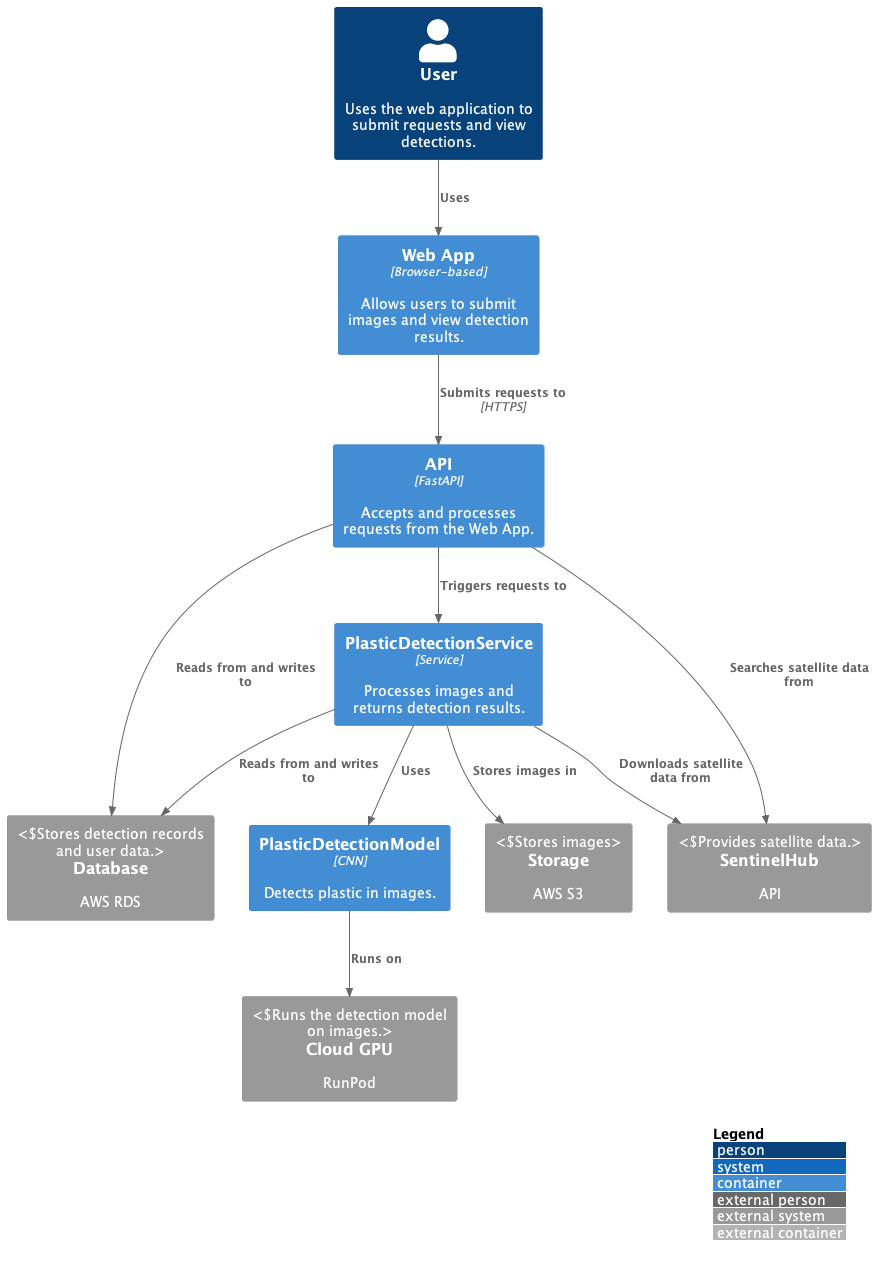
This is docs/diagrams/container_diagram.png from OceanEcoWatch/PlasticDetectionService, a PlantUML export, as it was before one commit.
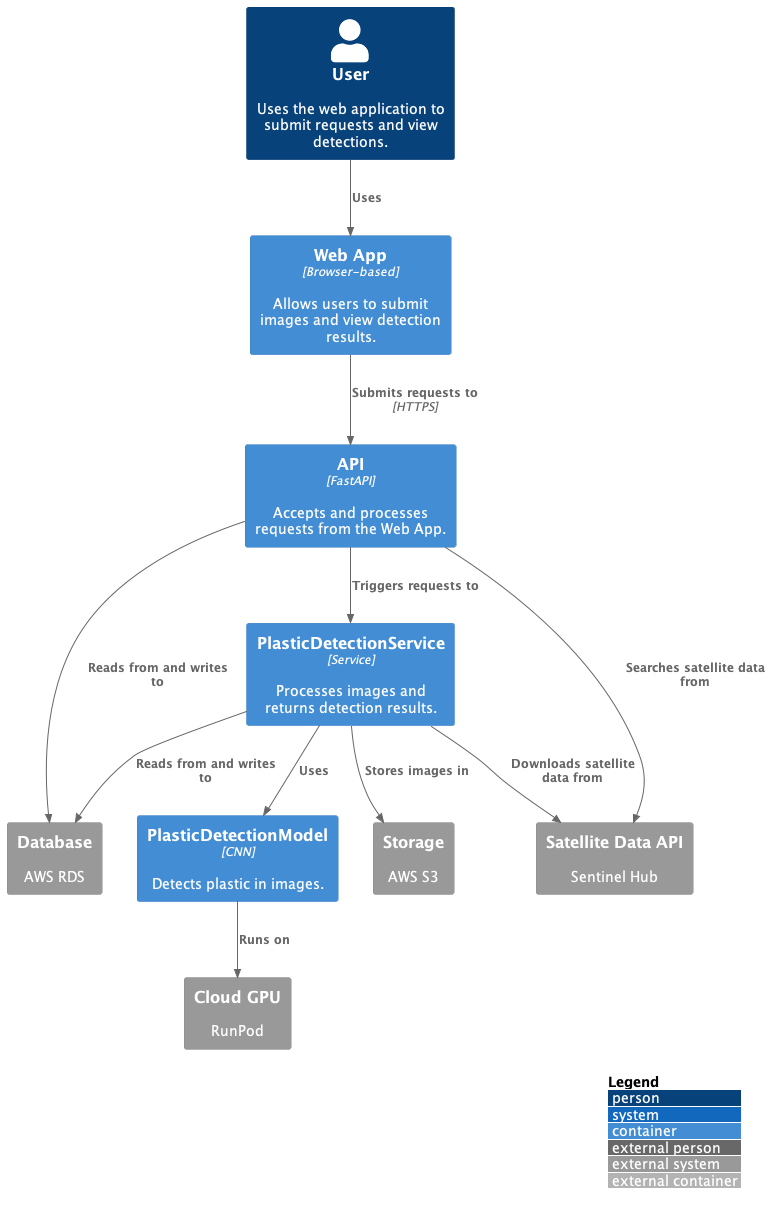
Above is the later version.

Change to the diagram source:
```diff
@@ -8,10 +8,10 @@
 Container(api, "API", "FastAPI", "Accepts and processes requests from the Web App.")
 Container(svc, "PlasticDetectionService", "Service", "Processes images and returns detection results.")
 Container(model, "PlasticDetectionModel", "CNN", "Detects plastic in images.")
-System_Ext(sh, "SentinelHub", "API", "Provides satellite data.")
-System_Ext(s3, "Storage", "AWS S3", "Stores images")
-System_Ext(rds, "Database", "AWS RDS", "Stores detection records and user data.")
-System_Ext(runpod, "Cloud GPU", "RunPod", "Runs the detection model on images.")
+System_Ext(sh, "Satellite Data API", "Sentinel Hub")
+System_Ext(s3, "Storage", "AWS S3")
+System_Ext(rds, "Database", "AWS RDS")
+System_Ext(runpod, "Cloud GPU", "RunPod")
 
 Rel(user, webApp, "Uses")
 Rel(webApp, api, "Submits requests to", "HTTPS")
```
